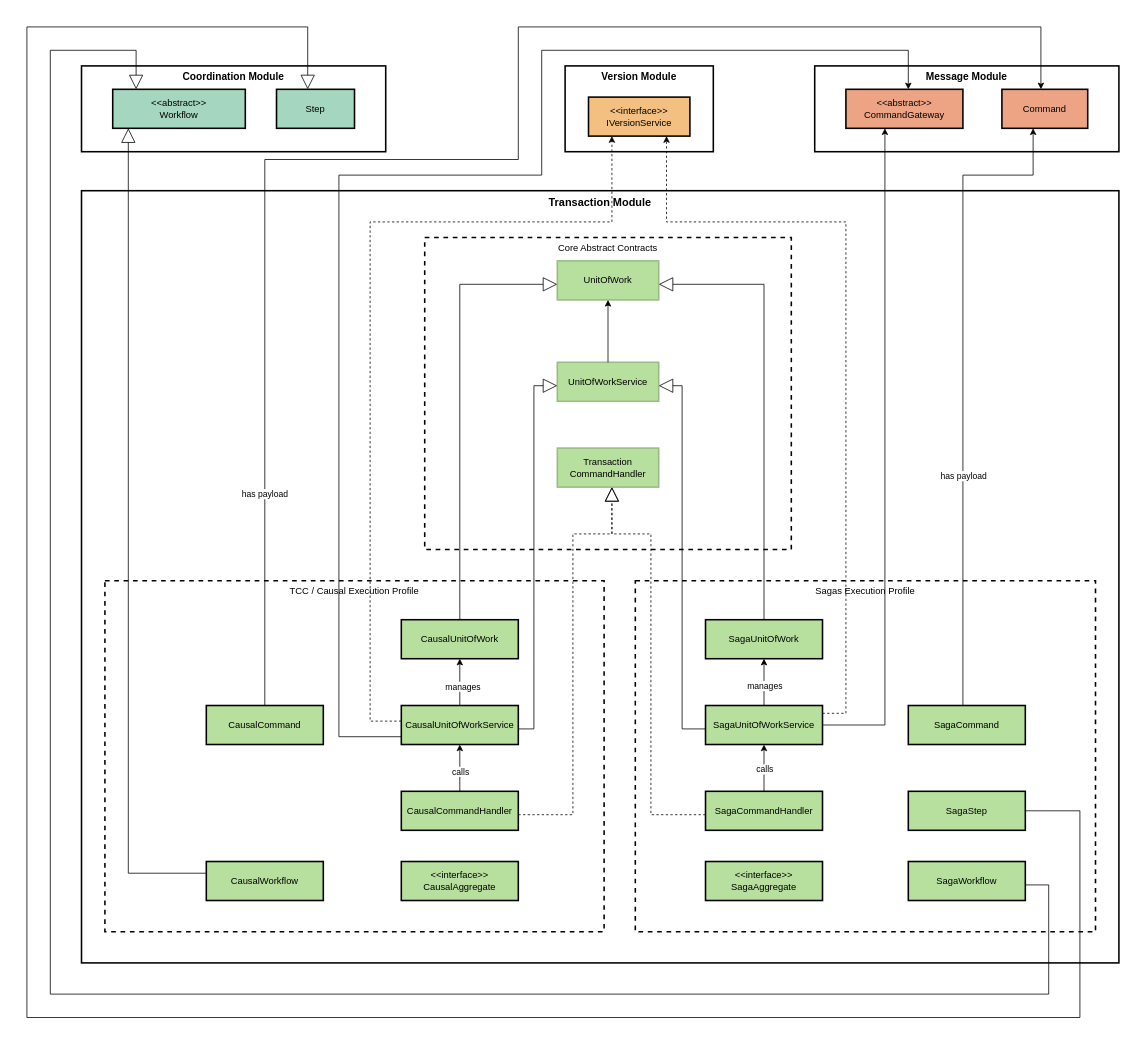
Before: data/figs/architecture/layers/layers_transaction.drawio in socialsoftware/microservices-simulator, a draw.io diagram. Source tidied: cells renumbered, new cells numbered last; positions are measured from the earlier drawing's top-left corner, leaving out a move shared by most shapes. Both pictures are drawn from the tidied source at 78%, with x=0, y=0 at pixel (27, 27).
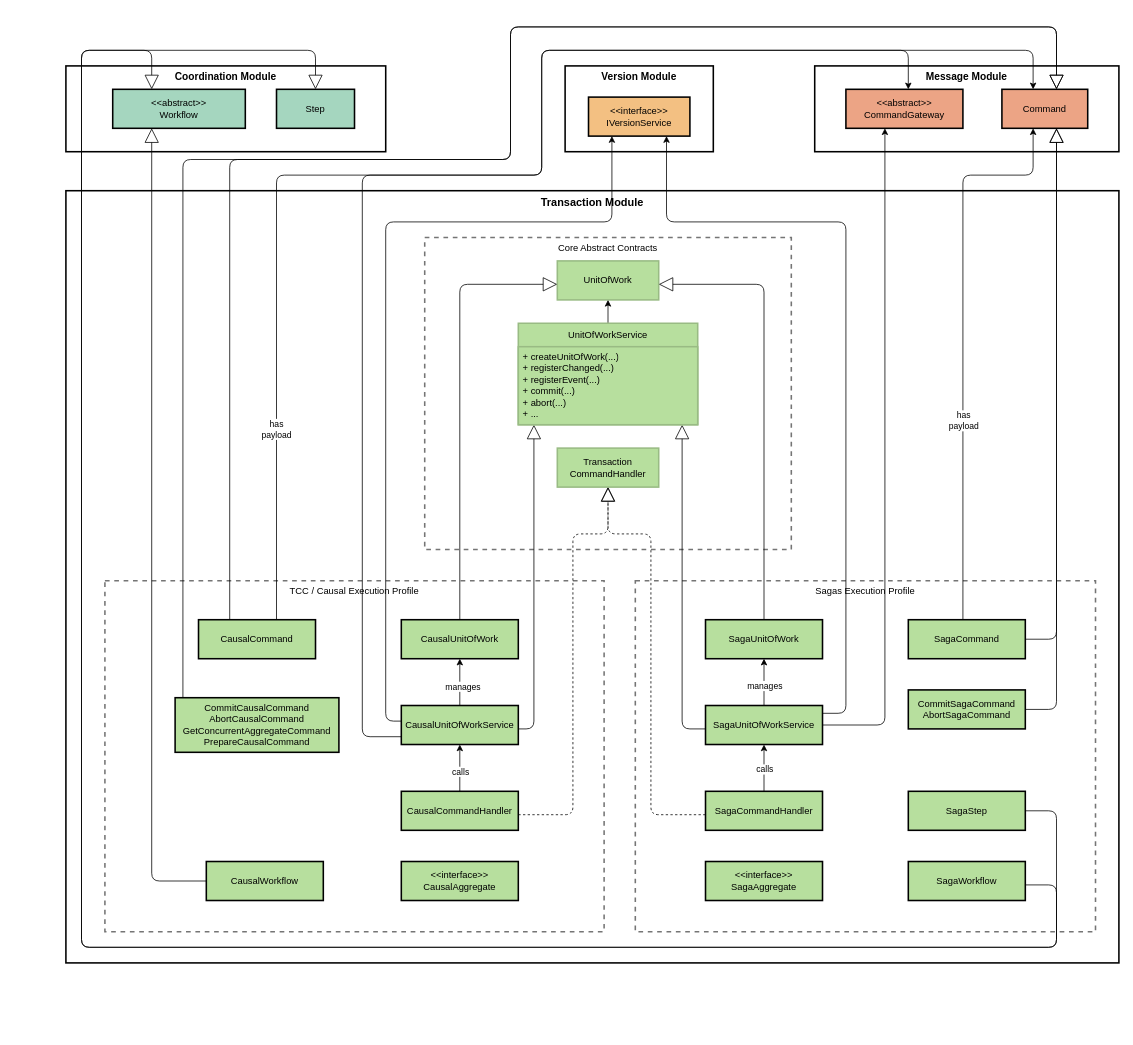
Above is the later version.

Unchanged cells that the change refers to:
```xml
<mxCell id="7" value="&lt;&lt;abstract&gt;&gt;&#10;Workflow" style="whiteSpace=wrap;strokeWidth=2;fillColor=#A5D6BF;strokeColor=#000000;" parent="1" vertex="1">
  <mxGeometry x="110" y="80" width="170" height="50" as="geometry" />
</mxCell>
<mxCell id="8" value="Step" style="whiteSpace=wrap;strokeWidth=2;fillColor=#A5D6BF;strokeColor=#000000;" parent="1" vertex="1">
  <mxGeometry x="320" y="80" width="100" height="50" as="geometry" />
</mxCell>
<mxCell id="10" value="UnitOfWork" style="whiteSpace=wrap;strokeWidth=2;fillColor=#B7DF9E;strokeColor=#99BB84;" parent="1" vertex="1">
  <mxGeometry x="680" y="300" width="130" height="50" as="geometry" />
</mxCell>
<mxCell id="11" value="Transaction&#10;CommandHandler" style="whiteSpace=wrap;strokeWidth=2;fillColor=#B7DF9E;strokeColor=#99BB84;" parent="1" vertex="1">
  <mxGeometry x="680" y="540" width="130" height="50" as="geometry" />
</mxCell>
<mxCell id="12" value="SagaUnitOfWorkService" style="whiteSpace=wrap;strokeWidth=2;fillColor=#B7DF9E;strokeColor=#000000;" parent="1" vertex="1">
  <mxGeometry x="870" y="870" width="150" height="50" as="geometry" />
</mxCell>
<mxCell id="13" value="SagaUnitOfWork" style="whiteSpace=wrap;strokeWidth=2;fillColor=#B7DF9E;strokeColor=#000000;" parent="1" vertex="1">
  <mxGeometry x="870" y="760" width="150" height="50" as="geometry" />
</mxCell>
<mxCell id="14" value="SagaCommandHandler" style="whiteSpace=wrap;strokeWidth=2;fillColor=#B7DF9E;strokeColor=#000000;" parent="1" vertex="1">
  <mxGeometry x="870" y="980" width="150" height="50" as="geometry" />
</mxCell>
<mxCell id="17" value="SagaStep" style="whiteSpace=wrap;strokeWidth=2;fillColor=#B7DF9E;strokeColor=#000000;" parent="1" vertex="1">
  <mxGeometry x="1130" y="980" width="150" height="50" as="geometry" />
</mxCell>
<mxCell id="18" value="SagaWorkflow" style="whiteSpace=wrap;strokeWidth=2;fillColor=#B7DF9E;strokeColor=#000000;" parent="1" vertex="1">
  <mxGeometry x="1130" y="1070" width="150" height="50" as="geometry" />
</mxCell>
<mxCell id="19" value="CausalUnitOfWorkService" style="whiteSpace=wrap;strokeWidth=2;fillColor=#B7DF9E;strokeColor=#000000;" parent="1" vertex="1">
  <mxGeometry x="480" y="870" width="150" height="50" as="geometry" />
</mxCell>
<mxCell id="20" value="CausalUnitOfWork" style="whiteSpace=wrap;strokeWidth=2;fillColor=#B7DF9E;strokeColor=#000000;" parent="1" vertex="1">
  <mxGeometry x="480" y="760" width="150" height="50" as="geometry" />
</mxCell>
<mxCell id="21" value="CausalCommandHandler" style="whiteSpace=wrap;strokeWidth=2;fillColor=#B7DF9E;strokeColor=#000000;" parent="1" vertex="1">
  <mxGeometry x="480" y="980" width="150" height="50" as="geometry" />
</mxCell>
<mxCell id="23" value="CausalWorkflow" style="whiteSpace=wrap;strokeWidth=2;fillColor=#B7DF9E;strokeColor=#000000;" parent="1" vertex="1">
  <mxGeometry x="230" y="1070" width="150" height="50" as="geometry" />
</mxCell>
<mxCell id="45" value="&lt;&lt;abstract&gt;&gt;&#10;CommandGateway" style="whiteSpace=wrap;strokeWidth=2;fillColor=#ECA485;strokeColor=#000000;" parent="1" vertex="1">
  <mxGeometry x="1050" y="80" width="150" height="50" as="geometry" />
</mxCell>
<mxCell id="46" value="&lt;&lt;interface&gt;&gt;&#10;IVersionService" style="whiteSpace=wrap;strokeWidth=2;fillColor=#F3C082;strokeColor=#000000;" parent="1" vertex="1">
  <mxGeometry x="720" y="90" width="130" height="50" as="geometry" />
</mxCell>
<mxCell id="50" value="Command" style="whiteSpace=wrap;strokeWidth=2;fillColor=#ECA485;strokeColor=#000000;" parent="1" vertex="1">
  <mxGeometry x="1250" y="80" width="110" height="50" as="geometry" />
</mxCell>
```

What changed in the source:
```diff
@@
     <mxCell id="2" value="Transaction Module" style="whiteSpace=wrap;strokeWidth=2;verticalAlign=top;fontSize=14;fontStyle=1;" parent="1" vertex="1">
-      <mxGeometry x="70" y="210" width="1330" height="990" as="geometry" />
+      <mxGeometry x="50" y="210" width="1350" height="990" as="geometry" />
     </mxCell>
-    <mxCell id="3" value="TCC / Causal Execution Profile" style="whiteSpace=wrap;strokeWidth=2;verticalAlign=top;dashed=1;" parent="1" vertex="1">
+    <mxCell id="3" value="TCC / Causal Execution Profile" style="whiteSpace=wrap;strokeWidth=2;verticalAlign=top;dashed=1;strokeColor=#757575;" parent="1" vertex="1">
       <mxGeometry x="100" y="710" width="640" height="450" as="geometry" />
     </mxCell>
-    <mxCell id="4" value="Sagas Execution Profile" style="whiteSpace=wrap;strokeWidth=2;dashed=1;verticalAlign=top;" parent="1" vertex="1">
+    <mxCell id="4" value="Sagas Execution Profile" style="whiteSpace=wrap;strokeWidth=2;dashed=1;verticalAlign=top;strokeColor=#757575;" parent="1" vertex="1">
       <mxGeometry x="780" y="710" width="590" height="450" as="geometry" />
     </mxCell>
-    <mxCell id="5" value="Core Abstract Contracts" style="whiteSpace=wrap;strokeWidth=2;verticalAlign=top;dashed=1;" parent="1" vertex="1">
+    <mxCell id="5" value="Core Abstract Contracts" style="whiteSpace=wrap;strokeWidth=2;verticalAlign=top;dashed=1;strokeColor=#757575;" parent="1" vertex="1">
       <mxGeometry x="510" y="270" width="470" height="400" as="geometry" />
     </mxCell>
     <mxCell id="6" value="Coordination Module" style="whiteSpace=wrap;strokeWidth=2;verticalAlign=top;fontSize=13;fontStyle=1;" parent="1" vertex="1">
-      <mxGeometry x="70" y="50" width="390" height="110" as="geometry" />
+      <mxGeometry x="50" y="50" width="410" height="110" as="geometry" />
     </mxCell>
@@
-    <mxCell id="9" value="UnitOfWorkService" style="whiteSpace=wrap;strokeWidth=2;fillColor=#B7DF9E;strokeColor=#99BB84;" parent="1" vertex="1">
-      <mxGeometry x="680" y="430" width="130" height="50" as="geometry" />
-    </mxCell>
@@
     <mxCell id="16" value="SagaCommand" style="whiteSpace=wrap;strokeWidth=2;fillColor=#B7DF9E;strokeColor=#000000;" parent="1" vertex="1">
-      <mxGeometry x="1130" y="870" width="150" height="50" as="geometry" />
+      <mxGeometry x="1130" y="760" width="150" height="50" as="geometry" />
     </mxCell>
@@
     <mxCell id="24" value="CausalCommand" style="whiteSpace=wrap;strokeWidth=2;fillColor=#B7DF9E;strokeColor=#000000;" parent="1" vertex="1">
-      <mxGeometry x="230" y="870" width="150" height="50" as="geometry" />
+      <mxGeometry x="220" y="760" width="150" height="50" as="geometry" />
     </mxCell>
-    <mxCell id="25" style="startArrow=none;endArrow=classic;rounded=0;endFill=1;edgeStyle=orthogonalEdgeStyle;jumpStyle=arc;curved=0;strokeWidth=1;" parent="1" edge="1" source="9" target="10">
+    <mxCell id="25" style="startArrow=none;endArrow=classic;rounded=1;endFill=1;edgeStyle=orthogonalEdgeStyle;jumpStyle=arc;curved=0;strokeWidth=1;" parent="1" edge="1" source="9" target="10">
       <mxGeometry relative="1" as="geometry" />
     </mxCell>
-    <mxCell id="26" style="startArrow=none;endArrow=block;rounded=0;endFill=0;edgeStyle=orthogonalEdgeStyle;jumpStyle=arc;curved=0;endSize=16;strokeWidth=1;" parent="1" edge="1" source="12" target="9">
+    <mxCell id="26" style="startArrow=none;endArrow=block;rounded=1;endFill=0;edgeStyle=orthogonalEdgeStyle;jumpStyle=arc;curved=0;endSize=16;strokeWidth=1;" parent="1" edge="1" source="12" target="9">
       <mxGeometry relative="1" as="geometry">
         <Array as="points">
           <mxPoint x="840" y="900" />
-          <mxPoint x="840" y="460" />
         </Array>
       </mxGeometry>
     </mxCell>
-    <mxCell id="27" style="startArrow=none;endArrow=block;rounded=0;endFill=0;edgeStyle=orthogonalEdgeStyle;jumpStyle=arc;curved=0;endSize=16;strokeWidth=1;" parent="1" edge="1" source="13" target="10">
+    <mxCell id="27" style="startArrow=none;endArrow=block;rounded=1;endFill=0;edgeStyle=orthogonalEdgeStyle;jumpStyle=arc;curved=0;endSize=16;strokeWidth=1;" parent="1" edge="1" source="13" target="10">
       <mxGeometry relative="1" as="geometry">
         <Array as="points">
           <mxPoint x="945" y="330" />
         </Array>
       </mxGeometry>
     </mxCell>
-    <mxCell id="28" style="startArrow=none;endArrow=block;rounded=0;endFill=0;edgeStyle=orthogonalEdgeStyle;jumpStyle=arc;curved=0;endSize=16;strokeWidth=1;dashed=1;" parent="1" edge="1" source="14" target="11">
+    <mxCell id="28" style="startArrow=none;endArrow=block;rounded=1;endFill=0;edgeStyle=orthogonalEdgeStyle;jumpStyle=arc;curved=0;endSize=16;strokeWidth=1;dashed=1;" parent="1" edge="1" source="14" target="11">
       <mxGeometry relative="1" as="geometry">
         <Array as="points">
           <mxPoint x="800" y="1010" />
           <mxPoint x="800" y="650" />
-          <mxPoint x="750" y="650" />
+          <mxPoint x="745" y="650" />
         </Array>
       </mxGeometry>
     </mxCell>
-    <mxCell id="29" style="startArrow=none;endArrow=block;rounded=0;endFill=0;edgeStyle=orthogonalEdgeStyle;jumpStyle=arc;curved=0;endSize=16;strokeWidth=1;flowAnimation=0;" parent="1" edge="1" source="18" target="7">
+    <mxCell id="29" style="startArrow=none;endArrow=block;rounded=1;endFill=0;edgeStyle=orthogonalEdgeStyle;jumpStyle=arc;curved=0;endSize=16;strokeWidth=1;flowAnimation=0;" parent="1" edge="1" source="18" target="7">
       <mxGeometry relative="1" as="geometry">
         <Array as="points">
-          <mxPoint x="1310" y="1100" />
-          <mxPoint x="1310" y="1240" />
-          <mxPoint x="30" y="1240" />
-          <mxPoint x="30" y="30" />
-          <mxPoint x="140" y="30" />
+          <mxPoint x="1320" y="1100" />
+          <mxPoint x="1320" y="1180" />
+          <mxPoint x="70" y="1180" />
+          <mxPoint x="70" y="30" />
+          <mxPoint x="160" y="30" />
         </Array>
       </mxGeometry>
     </mxCell>
-    <mxCell id="30" style="startArrow=none;endArrow=block;rounded=0;endFill=0;edgeStyle=orthogonalEdgeStyle;jumpStyle=arc;curved=0;endSize=16;strokeWidth=1;flowAnimation=0;" parent="1" edge="1" source="17" target="8">
+    <mxCell id="30" style="startArrow=none;endArrow=block;rounded=1;endFill=0;edgeStyle=orthogonalEdgeStyle;jumpStyle=arc;curved=0;endSize=16;strokeWidth=1;flowAnimation=0;" parent="1" edge="1" source="17" target="8">
       <mxGeometry relative="1" as="geometry">
         <Array as="points">
-          <mxPoint x="1350" y="1005" />
-          <mxPoint x="1350" y="1270" />
-          <mxPoint y="1270" />
-          <mxPoint />
-          <mxPoint x="360" />
+          <mxPoint x="1320" y="1005" />
+          <mxPoint x="1320" y="1180" />
+          <mxPoint x="70" y="1180" />
+          <mxPoint x="70" y="30" />
+          <mxPoint x="370" y="30" />
         </Array>
       </mxGeometry>
     </mxCell>
-    <mxCell id="31" style="startArrow=none;endArrow=classic;rounded=0;endFill=1;edgeStyle=orthogonalEdgeStyle;jumpStyle=arc;curved=0;strokeWidth=1;" parent="1" edge="1" source="12" target="13">
+    <mxCell id="31" style="startArrow=none;endArrow=classic;rounded=1;endFill=1;edgeStyle=orthogonalEdgeStyle;jumpStyle=arc;curved=0;strokeWidth=1;" parent="1" edge="1" source="12" target="13">
       <mxGeometry relative="1" as="geometry" />
     </mxCell>
@@
-    <mxCell id="33" style="startArrow=none;endArrow=classic;rounded=0;endFill=1;edgeStyle=orthogonalEdgeStyle;jumpStyle=arc;curved=0;strokeWidth=1;" parent="1" edge="1" source="14" target="12">
+    <mxCell id="33" style="startArrow=none;endArrow=classic;rounded=1;endFill=1;edgeStyle=orthogonalEdgeStyle;jumpStyle=arc;curved=0;strokeWidth=1;" parent="1" edge="1" source="14" target="12">
       <mxGeometry relative="1" as="geometry" />
     </mxCell>
@@
-    <mxCell id="35" style="startArrow=none;endArrow=block;rounded=0;endFill=0;edgeStyle=orthogonalEdgeStyle;jumpStyle=arc;curved=0;endSize=16;strokeWidth=1;" parent="1" edge="1" source="19" target="9">
+    <mxCell id="35" style="startArrow=none;endArrow=block;rounded=1;endFill=0;edgeStyle=orthogonalEdgeStyle;jumpStyle=arc;curved=0;endSize=16;strokeWidth=1;" parent="1" edge="1" source="19" target="9">
       <mxGeometry relative="1" as="geometry">
         <Array as="points">
           <mxPoint x="650" y="900" />
-          <mxPoint x="650" y="460" />
         </Array>
       </mxGeometry>
     </mxCell>
-    <mxCell id="36" style="startArrow=none;endArrow=block;rounded=0;endFill=0;edgeStyle=orthogonalEdgeStyle;jumpStyle=arc;curved=0;endSize=16;strokeWidth=1;" parent="1" edge="1" source="20" target="10">
+    <mxCell id="36" style="startArrow=none;endArrow=block;rounded=1;endFill=0;edgeStyle=orthogonalEdgeStyle;jumpStyle=arc;curved=0;endSize=16;strokeWidth=1;" parent="1" edge="1" source="20" target="10">
       <mxGeometry relative="1" as="geometry">
         <Array as="points">
           <mxPoint x="555" y="330" />
         </Array>
       </mxGeometry>
     </mxCell>
-    <mxCell id="37" style="startArrow=none;endArrow=block;rounded=0;endFill=0;edgeStyle=orthogonalEdgeStyle;jumpStyle=arc;curved=0;endSize=16;strokeWidth=1;dashed=1;" parent="1" edge="1" source="21" target="11">
+    <mxCell id="37" style="startArrow=none;endArrow=block;rounded=1;endFill=0;edgeStyle=orthogonalEdgeStyle;jumpStyle=arc;curved=0;endSize=16;strokeWidth=1;dashed=1;" parent="1" edge="1" source="21" target="11">
       <mxGeometry relative="1" as="geometry">
         <Array as="points">
           <mxPoint x="700" y="1010" />
           <mxPoint x="700" y="650" />
-          <mxPoint x="750" y="650" />
+          <mxPoint x="745" y="650" />
         </Array>
       </mxGeometry>
     </mxCell>
-    <mxCell id="38" style="startArrow=none;endArrow=block;rounded=0;endFill=0;edgeStyle=orthogonalEdgeStyle;jumpStyle=arc;curved=0;endSize=16;strokeWidth=1;flowAnimation=0;" parent="1" edge="1" source="23" target="7">
+    <mxCell id="38" style="startArrow=none;endArrow=block;rounded=1;endFill=0;edgeStyle=orthogonalEdgeStyle;jumpStyle=arc;curved=0;endSize=16;strokeWidth=1;flowAnimation=0;" parent="1" edge="1" source="23" target="7">
       <mxGeometry relative="1" as="geometry">
         <Array as="points">
-          <mxPoint x="130" y="1085" />
+          <mxPoint x="160" y="1095" />
         </Array>
       </mxGeometry>
     </mxCell>
-    <mxCell id="39" style="startArrow=none;endArrow=classic;rounded=0;endFill=1;edgeStyle=orthogonalEdgeStyle;jumpStyle=arc;curved=0;strokeWidth=1;" parent="1" edge="1" source="19" target="20">
+    <mxCell id="39" style="startArrow=none;endArrow=classic;rounded=1;endFill=1;edgeStyle=orthogonalEdgeStyle;jumpStyle=arc;curved=0;strokeWidth=1;" parent="1" edge="1" source="19" target="20">
       <mxGeometry relative="1" as="geometry" />
     </mxCell>
@@
-    <mxCell id="41" style="startArrow=none;endArrow=classic;rounded=0;endFill=1;edgeStyle=orthogonalEdgeStyle;jumpStyle=arc;curved=0;strokeWidth=1;" parent="1" edge="1" source="21" target="19">
+    <mxCell id="41" style="startArrow=none;endArrow=classic;rounded=1;endFill=1;edgeStyle=orthogonalEdgeStyle;jumpStyle=arc;curved=0;strokeWidth=1;" parent="1" edge="1" source="21" target="19">
       <mxGeometry relative="1" as="geometry" />
     </mxCell>
@@
-    <mxCell id="47" style="edgeStyle=orthogonalEdgeStyle;rounded=0;jettySize=auto;html=1;strokeWidth=1;jumpStyle=arc;curved=0;dashed=1;" parent="1" edge="1" source="12" target="46">
+    <mxCell id="47" style="edgeStyle=orthogonalEdgeStyle;rounded=1;jettySize=auto;html=1;strokeWidth=1;jumpStyle=arc;curved=0;" parent="1" edge="1" source="12" target="46">
       <mxGeometry relative="1" as="geometry">
         <Array as="points">
           <mxPoint x="1050" y="880" />
           <mxPoint x="1050" y="250" />
           <mxPoint x="820" y="250" />
         </Array>
       </mxGeometry>
     </mxCell>
-    <mxCell id="48" style="edgeStyle=orthogonalEdgeStyle;rounded=0;jettySize=auto;html=1;strokeWidth=1;jumpStyle=arc;curved=0;dashed=1;" parent="1" edge="1" source="19" target="46">
+    <mxCell id="48" style="edgeStyle=orthogonalEdgeStyle;rounded=1;jettySize=auto;html=1;strokeWidth=1;jumpStyle=arc;curved=0;" parent="1" edge="1" source="19" target="46">
       <mxGeometry relative="1" as="geometry">
         <Array as="points">
-          <mxPoint x="440" y="890" />
-          <mxPoint x="440" y="250" />
+          <mxPoint x="460" y="890" />
+          <mxPoint x="460" y="250" />
           <mxPoint x="750" y="250" />
         </Array>
       </mxGeometry>
     </mxCell>
-    <mxCell id="49" style="edgeStyle=orthogonalEdgeStyle;rounded=0;jettySize=auto;html=1;strokeWidth=1;jumpStyle=arc;curved=0;" parent="1" edge="1" source="19" target="45">
+    <mxCell id="49" style="edgeStyle=orthogonalEdgeStyle;rounded=1;jettySize=auto;html=1;strokeWidth=1;jumpStyle=arc;curved=0;" parent="1" edge="1" source="19" target="45">
       <mxGeometry relative="1" as="geometry">
         <Array as="points">
-          <mxPoint x="400" y="910" />
-          <mxPoint x="400" y="190" />
+          <mxPoint x="430" y="910" />
+          <mxPoint x="430" y="190" />
           <mxPoint x="660" y="190" />
           <mxPoint x="660" y="30" />
           <mxPoint x="1130" y="30" />
         </Array>
       </mxGeometry>
     </mxCell>
@@
-    <mxCell id="51" style="edgeStyle=orthogonalEdgeStyle;rounded=0;jettySize=auto;html=1;strokeWidth=1;jumpStyle=arc;curved=0;" parent="1" edge="1" source="24" target="50">
+    <mxCell id="51" style="edgeStyle=orthogonalEdgeStyle;rounded=1;jettySize=auto;html=1;strokeWidth=1;jumpStyle=arc;curved=0;" parent="1" edge="1" source="24" target="50">
       <mxGeometry relative="1" as="geometry">
         <Array as="points">
-          <mxPoint x="305" y="170" />
-          <mxPoint x="630" y="170" />
-          <mxPoint x="630" />
-          <mxPoint x="1300" />
+          <mxPoint x="320" y="190" />
+          <mxPoint x="660" y="190" />
+          <mxPoint x="660" y="30" />
+          <mxPoint x="1290" y="30" />
         </Array>
       </mxGeometry>
     </mxCell>
-    <mxCell id="52" value="has payload" style="edgeLabel;html=1;align=center;verticalAlign=middle;" parent="51" vertex="1">
+    <mxCell id="52" value="has&lt;div&gt;payload&lt;/div&gt;" style="edgeLabel;html=1;align=center;verticalAlign=middle;" parent="51" vertex="1">
       <mxGeometry x="-0.72" y="1" relative="1" as="geometry" />
     </mxCell>
-    <mxCell id="53" style="edgeStyle=orthogonalEdgeStyle;rounded=0;jettySize=auto;html=1;strokeWidth=1;jumpStyle=arc;curved=0;" parent="1" edge="1" source="12" target="45">
+    <mxCell id="53" style="edgeStyle=orthogonalEdgeStyle;rounded=1;jettySize=auto;html=1;strokeWidth=1;jumpStyle=arc;curved=0;" parent="1" edge="1" source="12" target="45">
       <mxGeometry relative="1" as="geometry">
         <Array as="points">
           <mxPoint x="1100" y="895" />
         </Array>
       </mxGeometry>
     </mxCell>
-    <mxCell id="54" style="edgeStyle=orthogonalEdgeStyle;rounded=0;jettySize=auto;html=1;strokeWidth=1;jumpStyle=arc;curved=0;" parent="1" edge="1" source="16" target="50">
+    <mxCell id="54" style="edgeStyle=orthogonalEdgeStyle;rounded=1;jettySize=auto;html=1;strokeWidth=1;jumpStyle=arc;curved=0;" parent="1" edge="1" source="16" target="50">
       <mxGeometry relative="1" as="geometry">
         <Array as="points">
           <mxPoint x="1200" y="190" />
           <mxPoint x="1290" y="190" />
         </Array>
       </mxGeometry>
     </mxCell>
-    <mxCell id="55" value="has payload" style="edgeLabel;html=1;align=center;verticalAlign=middle;" parent="54" vertex="1">
+    <mxCell id="55" value="has&lt;div&gt;payload&lt;/div&gt;" style="edgeLabel;html=1;align=center;verticalAlign=middle;" parent="54" vertex="1">
       <mxGeometry x="-0.29" y="1" relative="1" as="geometry">
         <mxPoint x="1" as="offset" />
       </mxGeometry>
     </mxCell>
+    <mxCell id="9" value="UnitOfWorkService" style="swimlane;fontStyle=0;horizontal=1;startSize=30;whiteSpace=wrap;html=1;strokeWidth=2;fillColor=#B7DF9E;strokeColor=#99BB84;" parent="1" vertex="1">
+      <mxGeometry x="630" y="380" width="230" height="130" as="geometry" />
+    </mxCell>
+    <mxCell id="56" value="+ createUnitOfWork(...)&lt;div&gt;+ registerChanged(...)&amp;nbsp;&lt;/div&gt;&lt;div&gt;+ registerEvent(...)&amp;nbsp;&lt;/div&gt;&lt;div&gt;+ commit(...)&amp;nbsp;&lt;/div&gt;&lt;div&gt;+ abort(...)&lt;/div&gt;&lt;div&gt;+ ...&lt;/div&gt;" style="text;strokeColor=#99BB84;fillColor=#B7DF9E;align=left;verticalAlign=top;spacingLeft=4;spacingRight=4;overflow=hidden;whiteSpace=wrap;html=1;strokeWidth=2;" parent="9" vertex="1">
+      <mxGeometry y="30" width="230" height="100" as="geometry" />
+    </mxCell>
+    <mxCell id="57" style="edgeStyle=orthogonalEdgeStyle;rounded=1;jettySize=auto;html=1;endArrow=block;endFill=0;endSize=16;curved=0;" parent="1" edge="1" source="58" target="50">
+      <mxGeometry relative="1" as="geometry">
+        <Array as="points">
+          <mxPoint x="1320" y="875" />
+        </Array>
+      </mxGeometry>
+    </mxCell>
+    <mxCell id="58" value="CommitSagaCommand&#10;AbortSagaCommand" style="whiteSpace=wrap;strokeWidth=2;fillColor=#B7DF9E;strokeColor=#000000;" parent="1" vertex="1">
+      <mxGeometry x="1130" y="850" width="150" height="50" as="geometry" />
+    </mxCell>
+    <mxCell id="59" style="edgeStyle=orthogonalEdgeStyle;rounded=1;jettySize=auto;html=1;endArrow=block;endFill=0;endSize=16;curved=0;" parent="1" edge="1" source="60" target="50">
+      <mxGeometry relative="1" as="geometry">
+        <Array as="points">
+          <mxPoint x="200" y="170" />
+          <mxPoint x="620" y="170" />
+          <mxPoint x="620" />
+          <mxPoint x="1320" />
+        </Array>
+      </mxGeometry>
+    </mxCell>
+    <mxCell id="60" value="CommitCausalCommand&#10;AbortCausalCommand&#10;GetConcurrentAggregateCommand&#10;PrepareCausalCommand" style="whiteSpace=wrap;strokeWidth=2;fillColor=#B7DF9E;strokeColor=#000000;" parent="1" vertex="1">
+      <mxGeometry x="190" y="860" width="210" height="70" as="geometry" />
+    </mxCell>
+    <mxCell id="61" style="edgeStyle=orthogonalEdgeStyle;rounded=1;jettySize=auto;html=1;endArrow=block;endFill=0;endSize=16;curved=0;" parent="1" edge="1" source="16" target="50">
+      <mxGeometry relative="1" as="geometry">
+        <Array as="points">
+          <mxPoint x="1320" y="785" />
+        </Array>
+      </mxGeometry>
+    </mxCell>
+    <mxCell id="62" style="edgeStyle=orthogonalEdgeStyle;rounded=1;jettySize=auto;html=1;endArrow=block;endFill=0;endSize=16;curved=0;" parent="1" edge="1" source="24" target="50">
+      <mxGeometry relative="1" as="geometry">
+        <Array as="points">
+          <mxPoint x="260" y="170" />
+          <mxPoint x="620" y="170" />
+          <mxPoint x="620" />
+          <mxPoint x="1320" />
+        </Array>
+      </mxGeometry>
+    </mxCell>
```
